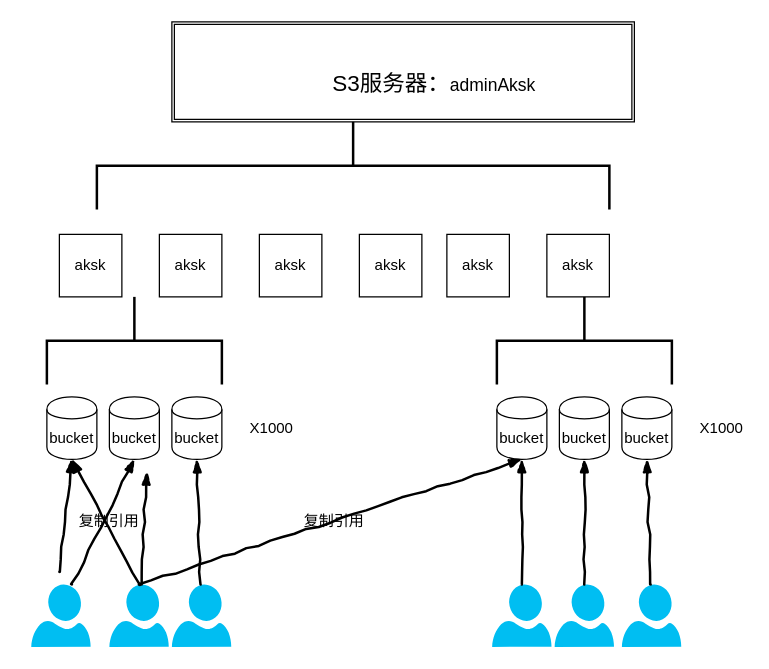
Before: 存储.drawio in wydhit/book, a draw.io diagram. Source tidied: cells renumbered, new cells numbered last; positions are measured from the earlier drawing's top-left corner, leaving out a move shared by most shapes. Both pictures are drawn from the tidied source at 125%, with x=0, y=0 at pixel (31, -91).
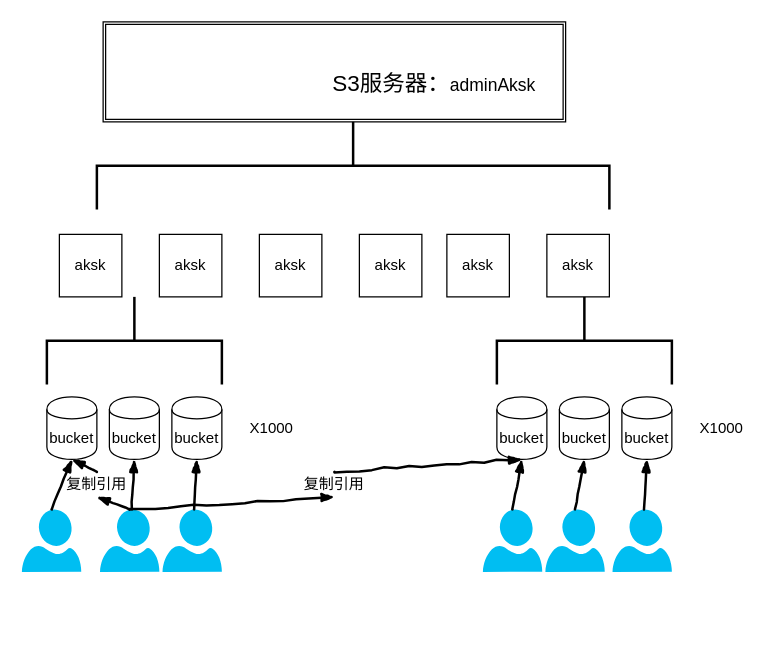
The same diagram, later.

Unchanged cells that the change refers to:
```xml
<mxCell id="10" value="bucket" style="shape=cylinder;whiteSpace=wrap;html=1;boundedLbl=1;backgroundOutline=1;" parent="1" vertex="1">
  <mxGeometry x="12" y="390" width="40" height="50" as="geometry" />
</mxCell>
<mxCell id="11" value="bucket" style="shape=cylinder;whiteSpace=wrap;html=1;boundedLbl=1;backgroundOutline=1;" parent="1" vertex="1">
  <mxGeometry x="62" y="390" width="40" height="50" as="geometry" />
</mxCell>
<mxCell id="23" value="bucket" style="shape=cylinder;whiteSpace=wrap;html=1;boundedLbl=1;backgroundOutline=1;" parent="1" vertex="1">
  <mxGeometry x="372" y="390" width="40" height="50" as="geometry" />
</mxCell>
```

Change to the diagram source:
```diff
@@
     <mxCell id="2" style="shape=ext;double=1;rounded=0;whiteSpace=wrap;html=1;" parent="1" vertex="1">
-      <mxGeometry x="112" y="90" width="370" height="80" as="geometry" />
+      <mxGeometry x="57" y="90" width="370" height="80" as="geometry" />
     </mxCell>
@@
     <mxCell id="16" style="verticalLabelPosition=bottom;html=1;verticalAlign=top;align=center;strokeColor=none;fillColor=#00BEF2;shape=mxgraph.azure.user;" parent="1" vertex="1">
-      <mxGeometry x="-0.5" y="540" width="47.5" height="50" as="geometry" />
+      <mxGeometry x="-8" y="480" width="47.5" height="50" as="geometry" />
     </mxCell>
-    <mxCell id="17" style="rounded=0;comic=1;strokeWidth=2;endArrow=blockThin;html=1;fontFamily=Comic Sans MS;fontStyle=1;entryX=0.5;entryY=1;entryDx=0;entryDy=0;" parent="1" edge="1" target="10">
-      <mxGeometry relative="1" as="geometry">
-        <mxPoint x="22" y="530" as="sourcePoint" />
-      </mxGeometry>
-    </mxCell>
-    <mxCell id="18" style="rounded=0;comic=1;strokeWidth=2;endArrow=blockThin;html=1;fontFamily=Comic Sans MS;fontStyle=1;entryX=0.5;entryY=1;entryDx=0;entryDy=0;" parent="1" edge="1" target="11">
-      <mxGeometry relative="1" as="geometry">
-        <mxPoint x="32" y="540" as="sourcePoint" />
-      </mxGeometry>
-    </mxCell>
     <mxCell id="19" style="verticalLabelPosition=bottom;html=1;verticalAlign=top;align=center;strokeColor=none;fillColor=#00BEF2;shape=mxgraph.azure.user;" parent="1" vertex="1">
-      <mxGeometry x="62" y="540" width="47.5" height="50" as="geometry" />
+      <mxGeometry x="54.5" y="480" width="47.5" height="50" as="geometry" />
     </mxCell>
-    <mxCell id="20" style="rounded=0;comic=1;strokeWidth=2;endArrow=blockThin;html=1;fontFamily=Comic Sans MS;fontStyle=1;entryX=0.5;entryY=1;entryDx=0;entryDy=0;" parent="1" edge="1" source="19">
-      <mxGeometry relative="1" as="geometry">
-        <mxPoint x="92" y="450" as="targetPoint" />
-      </mxGeometry>
+    <mxCell id="20" style="rounded=0;comic=1;strokeWidth=2;endArrow=blockThin;html=1;fontFamily=Comic Sans MS;fontStyle=1;entryX=0.5;entryY=1;entryDx=0;entryDy=0;" parent="1" edge="1" source="19" target="11">
+      <mxGeometry relative="1" as="geometry" />
     </mxCell>
-    <mxCell id="21" value="复制引用" style="text;html=1;strokeColor=none;fillColor=none;align=center;verticalAlign=middle;whiteSpace=wrap;rounded=0;" parent="1" vertex="1">
-      <mxGeometry x="32" y="480" width="60" height="20" as="geometry" />
-    </mxCell>
-    <mxCell id="22" style="rounded=0;comic=1;strokeWidth=2;endArrow=blockThin;html=1;fontFamily=Comic Sans MS;fontStyle=1;entryX=0.5;entryY=1;entryDx=0;entryDy=0;exitX=0.5;exitY=0;exitDx=0;exitDy=0;exitPerimeter=0;" parent="1" edge="1" source="19" target="10">
+    <mxCell id="22" style="rounded=0;comic=1;strokeWidth=2;endArrow=blockThin;html=1;fontFamily=Comic Sans MS;fontStyle=1;entryX=0.5;entryY=1;entryDx=0;entryDy=0;exitX=0.5;exitY=0;exitDx=0;exitDy=0;exitPerimeter=0;" parent="1" edge="1" source="21" target="10">
       <mxGeometry relative="1" as="geometry" />
     </mxCell>
@@
     <mxCell id="28" style="verticalLabelPosition=bottom;html=1;verticalAlign=top;align=center;strokeColor=none;fillColor=#00BEF2;shape=mxgraph.azure.user;" parent="1" vertex="1">
-      <mxGeometry x="368.2" y="540" width="47.5" height="50" as="geometry" />
+      <mxGeometry x="360.8" y="480" width="47.5" height="50" as="geometry" />
     </mxCell>
@@
-    <mxCell id="30" style="rounded=0;comic=1;strokeWidth=2;endArrow=blockThin;html=1;fontFamily=Comic Sans MS;fontStyle=1;entryX=0.5;entryY=1;entryDx=0;entryDy=0;exitX=0.5;exitY=0;exitDx=0;exitDy=0;exitPerimeter=0;" parent="1" edge="1" source="19" target="23">
+    <mxCell id="30" style="rounded=0;comic=1;strokeWidth=2;endArrow=blockThin;html=1;fontFamily=Comic Sans MS;fontStyle=1;entryX=0.5;entryY=1;entryDx=0;entryDy=0;exitX=0.5;exitY=0;exitDx=0;exitDy=0;exitPerimeter=0;" parent="1" edge="1" source="31" target="23">
       <mxGeometry relative="1" as="geometry" />
     </mxCell>
-    <mxCell id="31" value="复制引用" style="text;html=1;strokeColor=none;fillColor=none;align=center;verticalAlign=middle;whiteSpace=wrap;rounded=0;" parent="1" vertex="1">
-      <mxGeometry x="212" y="480" width="60" height="20" as="geometry" />
-    </mxCell>
     <mxCell id="32" style="verticalLabelPosition=bottom;html=1;verticalAlign=top;align=center;strokeColor=none;fillColor=#00BEF2;shape=mxgraph.azure.user;" parent="1" vertex="1">
-      <mxGeometry x="418.2" y="540" width="47.5" height="50" as="geometry" />
+      <mxGeometry x="410.8" y="480" width="47.5" height="50" as="geometry" />
     </mxCell>
     <mxCell id="33" style="verticalLabelPosition=bottom;html=1;verticalAlign=top;align=center;strokeColor=none;fillColor=#00BEF2;shape=mxgraph.azure.user;" parent="1" vertex="1">
-      <mxGeometry x="472" y="540" width="47.5" height="50" as="geometry" />
+      <mxGeometry x="464.5" y="480" width="47.5" height="50" as="geometry" />
     </mxCell>
@@
     <mxCell id="36" style="verticalLabelPosition=bottom;html=1;verticalAlign=top;align=center;strokeColor=none;fillColor=#00BEF2;shape=mxgraph.azure.user;" parent="1" vertex="1">
-      <mxGeometry x="112" y="540" width="47.5" height="50" as="geometry" />
+      <mxGeometry x="104.5" y="480" width="47.5" height="50" as="geometry" />
     </mxCell>
@@
+    <mxCell id="38" style="rounded=0;comic=1;strokeWidth=2;endArrow=blockThin;html=1;fontFamily=Comic Sans MS;fontStyle=1;entryX=0.5;entryY=1;entryDx=0;entryDy=0;exitX=0.5;exitY=0;exitDx=0;exitDy=0;exitPerimeter=0;" parent="1" edge="1" source="16" target="10">
+      <mxGeometry relative="1" as="geometry" />
+    </mxCell>
+    <mxCell id="21" value="复制引用" style="text;html=1;strokeColor=none;fillColor=none;align=center;verticalAlign=middle;whiteSpace=wrap;rounded=0;" parent="1" vertex="1">
+      <mxGeometry x="22" y="450" width="60" height="20" as="geometry" />
+    </mxCell>
+    <mxCell id="39" style="rounded=0;comic=1;strokeWidth=2;endArrow=blockThin;html=1;fontFamily=Comic Sans MS;fontStyle=1;entryX=0.5;entryY=1;entryDx=0;entryDy=0;exitX=0.5;exitY=0;exitDx=0;exitDy=0;exitPerimeter=0;" parent="1" edge="1" source="19" target="21">
+      <mxGeometry relative="1" as="geometry" />
+    </mxCell>
+    <mxCell id="31" value="复制引用" style="text;html=1;strokeColor=none;fillColor=none;align=center;verticalAlign=middle;whiteSpace=wrap;rounded=0;" parent="1" vertex="1">
+      <mxGeometry x="212" y="450" width="60" height="20" as="geometry" />
+    </mxCell>
+    <mxCell id="40" style="rounded=0;comic=1;strokeWidth=2;endArrow=blockThin;html=1;fontFamily=Comic Sans MS;fontStyle=1;entryX=0.5;entryY=1;entryDx=0;entryDy=0;exitX=0.5;exitY=0;exitDx=0;exitDy=0;exitPerimeter=0;" parent="1" edge="1" source="19" target="31">
+      <mxGeometry relative="1" as="geometry" />
+    </mxCell>
```
